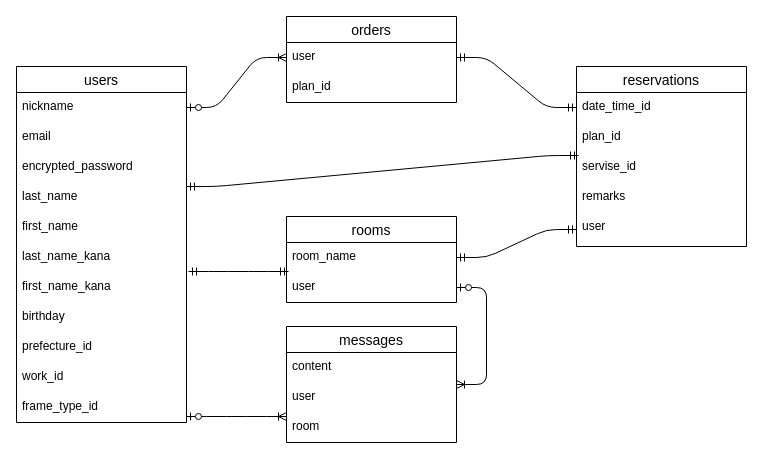
Above: er.dio in rikako-yurino/Connect-Stylist (draw.io), before the change. Source tidied: cells renumbered, new cells numbered last; positions are measured from the earlier drawing's top-left corner, leaving out a move shared by most shapes. Both pictures are drawn from the tidied source at 100%, with x=0, y=0 at pixel (16, 16).
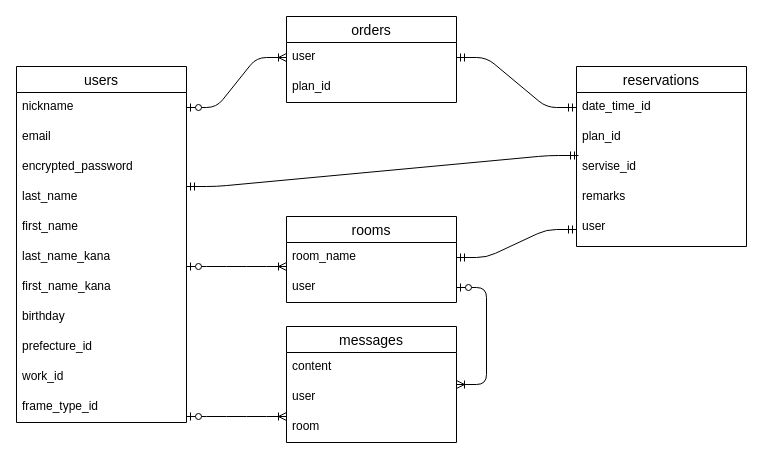
The same page after the edit.

The edit, as a diff of the source:
```diff
@@
-    <mxCell id="36" style="edgeStyle=entityRelationEdgeStyle;fontSize=12;html=1;endArrow=ERmandOne;startArrow=ERmandOne;" parent="1" edge="1">
-      <mxGeometry relative="1" as="geometry">
-        <mxPoint x="172" y="255" as="sourcePoint" />
-        <mxPoint x="272" y="255" as="targetPoint" />
-      </mxGeometry>
-    </mxCell>
+    <mxCell id="37" style="edgeStyle=entityRelationEdgeStyle;fontSize=12;html=1;endArrow=ERoneToMany;startArrow=ERzeroToOne;entryX=0;entryY=0.5;entryDx=0;entryDy=0;" parent="1" edge="1">
+      <mxGeometry relative="1" as="geometry">
+        <mxPoint x="170" y="250" as="sourcePoint" />
+        <mxPoint x="270" y="250" as="targetPoint" />
+      </mxGeometry>
+    </mxCell>
```
